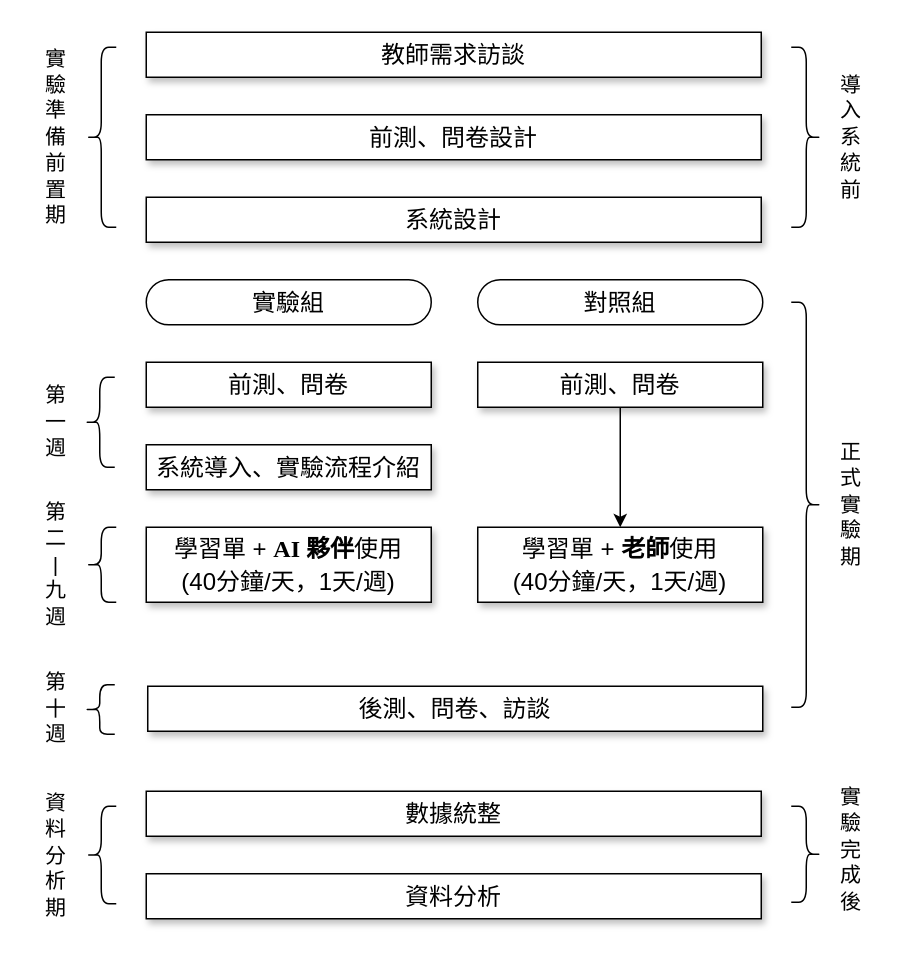
The draw.io diagram 實驗流程圖.drawio in webber0928/112554016_paper, before the edit. Source tidied: cells renumbered, new cells numbered last; positions are measured from the earlier drawing's top-left corner, leaving out a move shared by most shapes. Both pictures are drawn from the tidied source at 150%, with x=0, y=0 at pixel (26, 32).
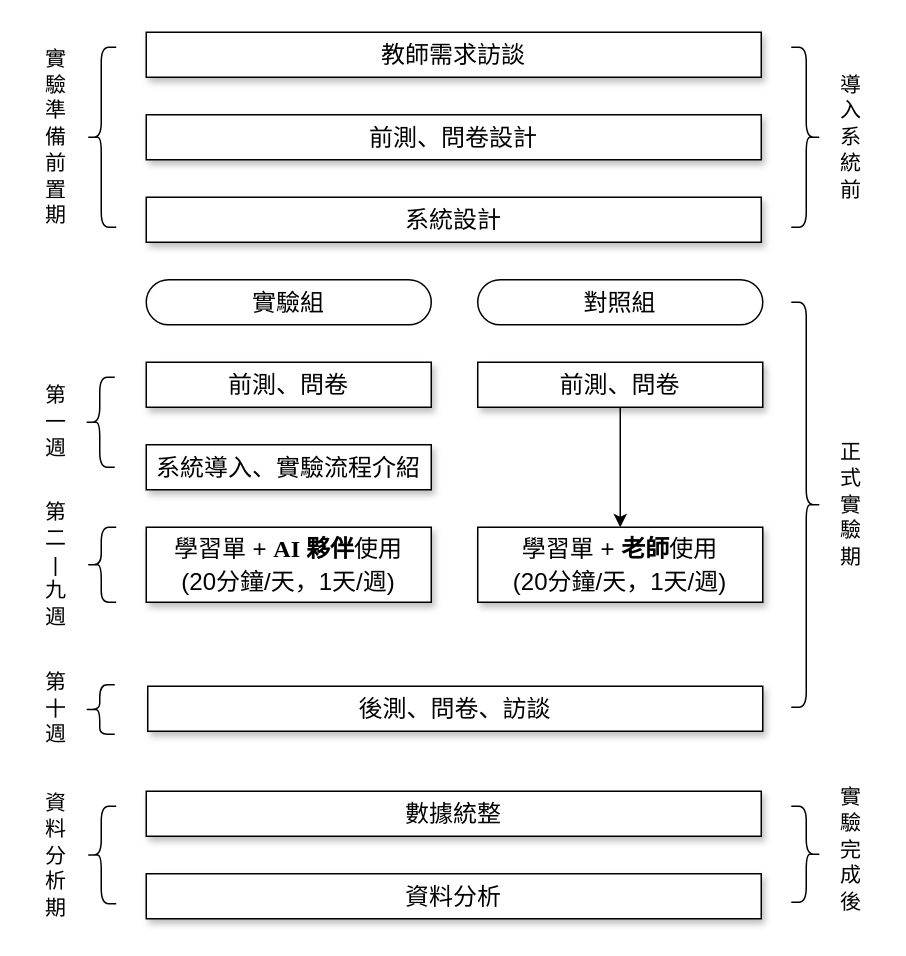
Above is the later version.

Commit message:
更新實驗流程圖.drawio

What changed in the source:
```diff
@@
-    <mxCell id="10" value="&lt;span style=&quot;font-size: 16px;&quot;&gt;&lt;font face=&quot;標楷體&quot;&gt;學習單 +&amp;nbsp;&lt;/font&gt;&lt;font face=&quot;Times New Roman&quot;&gt;&lt;b&gt;AI&amp;nbsp;&lt;/b&gt;&lt;/font&gt;&lt;font face=&quot;標楷體&quot;&gt;&lt;b&gt;夥伴&lt;/b&gt;使用&lt;/font&gt;&lt;br&gt;&lt;font face=&quot;標楷體&quot;&gt;(40分鐘/天，1天/週)&lt;/font&gt;&lt;/span&gt;" style="whiteSpace=wrap;html=1;shadow=1;fontSize=18;" parent="1" vertex="1">
+    <mxCell id="10" value="&lt;span style=&quot;font-size: 16px;&quot;&gt;&lt;font face=&quot;標楷體&quot;&gt;學習單 +&amp;nbsp;&lt;/font&gt;&lt;font face=&quot;Times New Roman&quot;&gt;&lt;b&gt;AI&amp;nbsp;&lt;/b&gt;&lt;/font&gt;&lt;font face=&quot;標楷體&quot;&gt;&lt;b&gt;夥伴&lt;/b&gt;使用&lt;/font&gt;&lt;br&gt;&lt;font face=&quot;標楷體&quot;&gt;(20分鐘/天，1天/週)&lt;/font&gt;&lt;/span&gt;" style="whiteSpace=wrap;html=1;shadow=1;fontSize=18;" parent="1" vertex="1">
       <mxGeometry x="80" y="330" width="190" height="50" as="geometry" />
     </mxCell>
-    <mxCell id="11" value="&lt;span style=&quot;font-size: 16px;&quot;&gt;&lt;font face=&quot;標楷體&quot;&gt;學習單 +&amp;nbsp;&lt;b&gt;老師&lt;/b&gt;&lt;/font&gt;&lt;font face=&quot;標楷體&quot;&gt;使用&lt;/font&gt;&lt;br&gt;&lt;font face=&quot;標楷體&quot;&gt;(40分鐘/天，1天/週)&lt;/font&gt;&lt;/span&gt;" style="whiteSpace=wrap;html=1;shadow=1;fontSize=18;" parent="1" vertex="1">
+    <mxCell id="11" value="&lt;span style=&quot;font-size: 16px;&quot;&gt;&lt;font face=&quot;標楷體&quot;&gt;學習單 +&amp;nbsp;&lt;b&gt;老師&lt;/b&gt;&lt;/font&gt;&lt;font face=&quot;標楷體&quot;&gt;使用&lt;/font&gt;&lt;br&gt;&lt;font face=&quot;標楷體&quot;&gt;(20分鐘/天，1天/週)&lt;/font&gt;&lt;/span&gt;" style="whiteSpace=wrap;html=1;shadow=1;fontSize=18;" parent="1" vertex="1">
       <mxGeometry x="301" y="330" width="190" height="50" as="geometry" />
     </mxCell>
```
